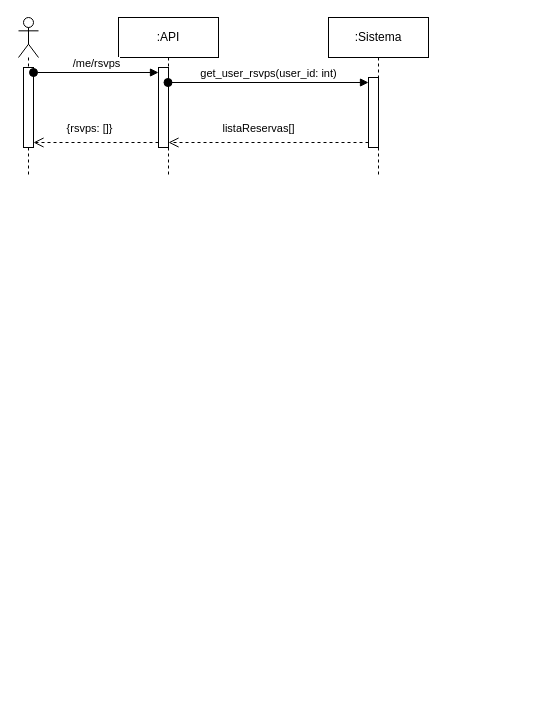
a-mayb3/group_n_meet_backend keeps this draw.io diagram as docs/diagrams/sequence/diagrams-sequence.es.drawio. Above is the earlier version. Source tidied: cells renumbered, new cells numbered last; positions are measured from the earlier drawing's top-left corner, leaving out a move shared by most shapes. Both pictures are drawn from the tidied source at 100%, with x=0, y=0 at pixel (18, 17).
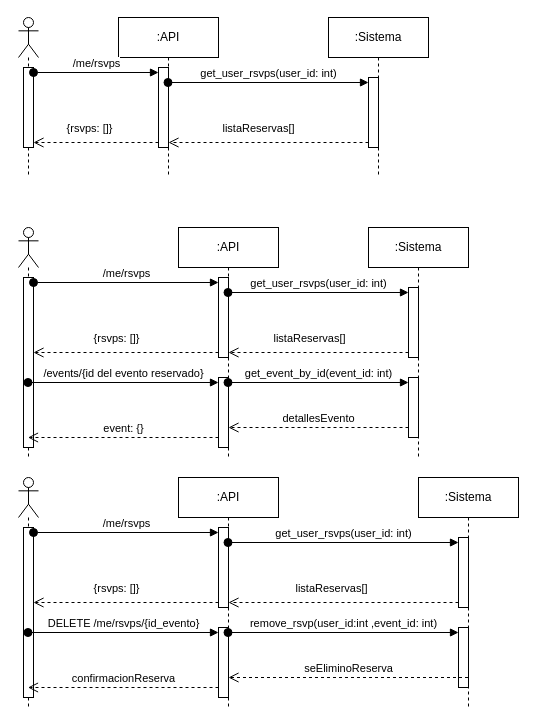
The same page after the edit.

Commit message:
Added rsvp cancellation sequence

The edit, as a diff of the source:
```diff
@@
+    <mxCell id="12" style="shape=umlLifeline;perimeter=lifelinePerimeter;whiteSpace=wrap;html=1;outlineConnect=0;portConstraint=eastwest;newEdgeStyle={&quot;curved&quot;:0,&quot;rounded&quot;:0};participant=umlActor;" parent="1" vertex="1">
+      <mxGeometry y="210" width="20" height="230" as="geometry" />
+    </mxCell>
+    <mxCell id="13" style="html=1;points=[[0,0,0,0,5],[0,1,0,0,-5],[1,0,0,0,5],[1,1,0,0,-5]];perimeter=orthogonalPerimeter;outlineConnect=0;targetShapes=umlLifeline;portConstraint=eastwest;newEdgeStyle={&quot;curved&quot;:0,&quot;rounded&quot;:0};" parent="12" vertex="1">
+      <mxGeometry x="5" y="50" width="10" height="170" as="geometry" />
+    </mxCell>
+    <mxCell id="14" style="shape=umlLifeline;perimeter=lifelinePerimeter;whiteSpace=wrap;html=1;outlineConnect=0;portConstraint=eastwest;newEdgeStyle={&quot;curved&quot;:0,&quot;rounded&quot;:0};participant=umlActor;" parent="1" vertex="1">
+      <mxGeometry y="460" width="20" height="230" as="geometry" />
+    </mxCell>
+    <mxCell id="15" style="html=1;points=[[0,0,0,0,5],[0,1,0,0,-5],[1,0,0,0,5],[1,1,0,0,-5]];perimeter=orthogonalPerimeter;outlineConnect=0;targetShapes=umlLifeline;portConstraint=eastwest;newEdgeStyle={&quot;curved&quot;:0,&quot;rounded&quot;:0};" parent="14" vertex="1">
+      <mxGeometry x="5" y="50" width="10" height="170" as="geometry" />
+    </mxCell>
@@
+    <mxCell id="16" value=":API" style="shape=umlLifeline;perimeter=lifelinePerimeter;whiteSpace=wrap;html=1;outlineConnect=0;portConstraint=eastwest;newEdgeStyle={&quot;curved&quot;:0,&quot;rounded&quot;:0};" parent="1" vertex="1">
+      <mxGeometry x="160" y="210" width="100" height="230" as="geometry" />
+    </mxCell>
+    <mxCell id="17" style="html=1;points=[[0,0,0,0,5],[0,1,0,0,-5],[1,0,0,0,5],[1,1,0,0,-5]];perimeter=orthogonalPerimeter;outlineConnect=0;targetShapes=umlLifeline;portConstraint=eastwest;newEdgeStyle={&quot;curved&quot;:0,&quot;rounded&quot;:0};" parent="16" vertex="1">
+      <mxGeometry x="40" y="50" width="10" height="80" as="geometry" />
+    </mxCell>
+    <mxCell id="18" style="html=1;points=[[0,0,0,0,5],[0,1,0,0,-5],[1,0,0,0,5],[1,1,0,0,-5]];perimeter=orthogonalPerimeter;outlineConnect=0;targetShapes=umlLifeline;portConstraint=eastwest;newEdgeStyle={&quot;curved&quot;:0,&quot;rounded&quot;:0};" parent="16" vertex="1">
+      <mxGeometry x="40" y="150" width="10" height="70" as="geometry" />
+    </mxCell>
+    <mxCell id="19" value=":API" style="shape=umlLifeline;perimeter=lifelinePerimeter;whiteSpace=wrap;html=1;outlineConnect=0;portConstraint=eastwest;newEdgeStyle={&quot;curved&quot;:0,&quot;rounded&quot;:0};" parent="1" vertex="1">
+      <mxGeometry x="160" y="460" width="100" height="230" as="geometry" />
+    </mxCell>
+    <mxCell id="20" style="html=1;points=[[0,0,0,0,5],[0,1,0,0,-5],[1,0,0,0,5],[1,1,0,0,-5]];perimeter=orthogonalPerimeter;outlineConnect=0;targetShapes=umlLifeline;portConstraint=eastwest;newEdgeStyle={&quot;curved&quot;:0,&quot;rounded&quot;:0};" parent="19" vertex="1">
+      <mxGeometry x="40" y="50" width="10" height="80" as="geometry" />
+    </mxCell>
+    <mxCell id="21" style="html=1;points=[[0,0,0,0,5],[0,1,0,0,-5],[1,0,0,0,5],[1,1,0,0,-5]];perimeter=orthogonalPerimeter;outlineConnect=0;targetShapes=umlLifeline;portConstraint=eastwest;newEdgeStyle={&quot;curved&quot;:0,&quot;rounded&quot;:0};" parent="19" vertex="1">
+      <mxGeometry x="40" y="150" width="10" height="70" as="geometry" />
+    </mxCell>
@@
+    <mxCell id="22" value=":Sistema" style="shape=umlLifeline;perimeter=lifelinePerimeter;whiteSpace=wrap;html=1;newEdgeStyle={&quot;curved&quot;:0,&quot;rounded&quot;:0};" parent="1" vertex="1">
+      <mxGeometry x="350" y="210" width="100" height="230" as="geometry" />
+    </mxCell>
+    <mxCell id="23" style="html=1;points=[[0,0,0,0,5],[0,1,0,0,-5],[1,0,0,0,5],[1,1,0,0,-5]];perimeter=orthogonalPerimeter;outlineConnect=0;targetShapes=umlLifeline;portConstraint=eastwest;newEdgeStyle={&quot;curved&quot;:0,&quot;rounded&quot;:0};" parent="22" vertex="1">
+      <mxGeometry x="40" y="60" width="10" height="70" as="geometry" />
+    </mxCell>
+    <mxCell id="24" style="html=1;points=[[0,0,0,0,5],[0,1,0,0,-5],[1,0,0,0,5],[1,1,0,0,-5]];perimeter=orthogonalPerimeter;outlineConnect=0;targetShapes=umlLifeline;portConstraint=eastwest;newEdgeStyle={&quot;curved&quot;:0,&quot;rounded&quot;:0};" parent="22" vertex="1">
+      <mxGeometry x="40" y="150" width="10" height="60" as="geometry" />
+    </mxCell>
+    <mxCell id="25" value=":Sistema" style="shape=umlLifeline;perimeter=lifelinePerimeter;whiteSpace=wrap;html=1;outlineConnect=0;portConstraint=eastwest;newEdgeStyle={&quot;curved&quot;:0,&quot;rounded&quot;:0};" parent="1" vertex="1">
+      <mxGeometry x="400" y="460" width="100" height="230" as="geometry" />
+    </mxCell>
+    <mxCell id="26" style="html=1;points=[[0,0,0,0,5],[0,1,0,0,-5],[1,0,0,0,5],[1,1,0,0,-5]];perimeter=orthogonalPerimeter;outlineConnect=0;targetShapes=umlLifeline;portConstraint=eastwest;newEdgeStyle={&quot;curved&quot;:0,&quot;rounded&quot;:0};" parent="25" vertex="1">
+      <mxGeometry x="40" y="60" width="10" height="70" as="geometry" />
+    </mxCell>
+    <mxCell id="27" style="html=1;points=[[0,0,0,0,5],[0,1,0,0,-5],[1,0,0,0,5],[1,1,0,0,-5]];perimeter=orthogonalPerimeter;outlineConnect=0;targetShapes=umlLifeline;portConstraint=eastwest;newEdgeStyle={&quot;curved&quot;:0,&quot;rounded&quot;:0};" parent="25" vertex="1">
+      <mxGeometry x="40" y="150" width="10" height="60" as="geometry" />
+    </mxCell>
@@
+    <mxCell id="28" value="/me/rsvps" style="html=1;verticalAlign=bottom;startArrow=oval;endArrow=block;startSize=8;curved=0;rounded=0;entryX=0;entryY=0;entryDx=0;entryDy=5;" parent="1" edge="1" source="13" target="17">
+      <mxGeometry relative="1" as="geometry" />
+    </mxCell>
+    <mxCell id="29" value="/me/rsvps" style="html=1;verticalAlign=bottom;startArrow=oval;endArrow=block;startSize=8;curved=0;rounded=0;entryX=0;entryY=0;entryDx=0;entryDy=5;" parent="1" edge="1" source="15" target="20">
+      <mxGeometry relative="1" as="geometry" />
+    </mxCell>
@@
+    <mxCell id="30" value="get_user_rsvps(user_id: int)" style="html=1;verticalAlign=bottom;startArrow=oval;endArrow=block;startSize=8;curved=0;rounded=0;entryX=0;entryY=0;entryDx=0;entryDy=5;" parent="1" edge="1" source="16" target="23">
+      <mxGeometry relative="1" as="geometry" />
+    </mxCell>
+    <mxCell id="31" value="get_user_rsvps(user_id: int)" style="html=1;verticalAlign=bottom;startArrow=oval;endArrow=block;startSize=8;curved=0;rounded=0;entryX=0;entryY=0;entryDx=0;entryDy=5;" parent="1" edge="1" source="19" target="26">
+      <mxGeometry relative="1" as="geometry" />
+    </mxCell>
@@
+    <mxCell id="32" value="listaReservas[]" style="html=1;verticalAlign=bottom;endArrow=open;dashed=1;endSize=8;curved=0;rounded=0;exitX=0;exitY=1;exitDx=0;exitDy=-5;exitPerimeter=0;entryX=1;entryY=1;entryDx=0;entryDy=-5;entryPerimeter=0;" parent="1" edge="1" source="23" target="17">
+      <mxGeometry x="0.1" y="-5" relative="1" as="geometry" />
+    </mxCell>
+    <mxCell id="33" value="listaReservas[]" style="html=1;verticalAlign=bottom;endArrow=open;dashed=1;endSize=8;curved=0;rounded=0;exitX=0;exitY=1;exitDx=0;exitDy=-5;exitPerimeter=0;entryX=1;entryY=1;entryDx=0;entryDy=-5;entryPerimeter=0;" parent="1" edge="1" source="26" target="20">
+      <mxGeometry x="0.1" y="-5" relative="1" as="geometry" />
+    </mxCell>
@@
+    <mxCell id="34" value="{rsvps: []}" style="html=1;verticalAlign=bottom;endArrow=open;dashed=1;endSize=8;curved=0;rounded=0;exitX=0;exitY=1;exitDx=0;exitDy=-5;exitPerimeter=0;" parent="1" edge="1" source="17" target="13">
+      <mxGeometry x="0.1" y="-5" relative="1" as="geometry" />
+    </mxCell>
+    <mxCell id="35" value="{rsvps: []}" style="html=1;verticalAlign=bottom;endArrow=open;dashed=1;endSize=8;curved=0;rounded=0;exitX=0;exitY=1;exitDx=0;exitDy=-5;exitPerimeter=0;" parent="1" edge="1" source="20" target="15">
+      <mxGeometry x="0.1" y="-5" relative="1" as="geometry" />
+    </mxCell>
+    <mxCell id="36" value="/events/{id del evento reservado}" style="html=1;verticalAlign=bottom;startArrow=oval;endArrow=block;startSize=8;curved=0;rounded=0;entryX=0;entryY=0;entryDx=0;entryDy=5;" parent="1" edge="1" source="12" target="18">
+      <mxGeometry relative="1" as="geometry" />
+    </mxCell>
+    <mxCell id="37" value="DELETE /me/rsvps/{id_evento}" style="html=1;verticalAlign=bottom;startArrow=oval;endArrow=block;startSize=8;curved=0;rounded=0;entryX=0;entryY=0;entryDx=0;entryDy=5;" parent="1" edge="1" source="14" target="21">
+      <mxGeometry relative="1" as="geometry" />
+    </mxCell>
+    <mxCell id="38" value="get_event_by_id(event_id: int)" style="html=1;verticalAlign=bottom;startArrow=oval;endArrow=block;startSize=8;curved=0;rounded=0;entryX=0;entryY=0;entryDx=0;entryDy=5;" parent="1" edge="1" source="16" target="24">
+      <mxGeometry relative="1" as="geometry" />
+    </mxCell>
+    <mxCell id="39" value="remove_rsvp(user_id:int ,event_id: int)" style="html=1;verticalAlign=bottom;startArrow=oval;endArrow=block;startSize=8;curved=0;rounded=0;entryX=0;entryY=0;entryDx=0;entryDy=5;" parent="1" edge="1" source="19" target="27">
+      <mxGeometry relative="1" as="geometry" />
+    </mxCell>
+    <mxCell id="40" value="detallesEvento" style="html=1;verticalAlign=bottom;endArrow=open;dashed=1;endSize=8;curved=0;rounded=0;" parent="1" edge="1">
+      <mxGeometry relative="1" as="geometry">
+        <mxPoint x="390" y="410" as="sourcePoint" />
+        <mxPoint x="210" y="410" as="targetPoint" />
+      </mxGeometry>
+    </mxCell>
+    <mxCell id="41" value="seEliminoReserva" style="html=1;verticalAlign=bottom;endArrow=open;dashed=1;endSize=8;curved=0;rounded=0;" parent="1" edge="1" source="25">
+      <mxGeometry relative="1" as="geometry">
+        <mxPoint x="210" y="660" as="targetPoint" />
+      </mxGeometry>
+    </mxCell>
+    <mxCell id="42" value="event: {}" style="html=1;verticalAlign=bottom;endArrow=open;dashed=1;endSize=8;curved=0;rounded=0;" parent="1" edge="1" target="12">
+      <mxGeometry relative="1" as="geometry">
+        <mxPoint x="200" y="420" as="sourcePoint" />
+      </mxGeometry>
+    </mxCell>
+    <mxCell id="43" value="confirmacionReserva" style="html=1;verticalAlign=bottom;endArrow=open;dashed=1;endSize=8;curved=0;rounded=0;" parent="1" edge="1" target="14">
+      <mxGeometry relative="1" as="geometry">
+        <mxPoint x="200" y="670" as="sourcePoint" />
+      </mxGeometry>
+    </mxCell>
```
